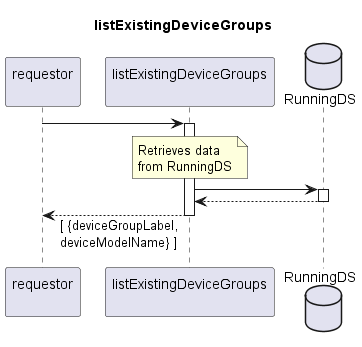
openBackhaul/FirmWareManager keeps this PlantUML diagram as spec/Services/listExistingDeviceGroups/1.0.0/listExistingDeviceGroups.png. Above is the earlier version.
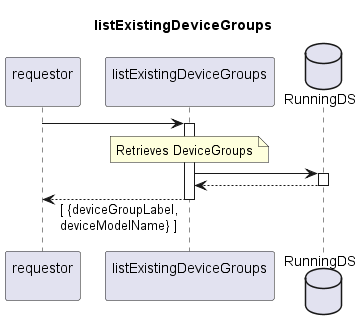
The same file after the commit.

Diff of the diagram source:
```diff
@@ -13,8 +13,7 @@
 activate indServ
 
   note over indServ
-    Retrieves data
-    from RunningDS
+    Retrieves DeviceGroups
   end note
   indServ -> RunDS
   activate RunDS
```
